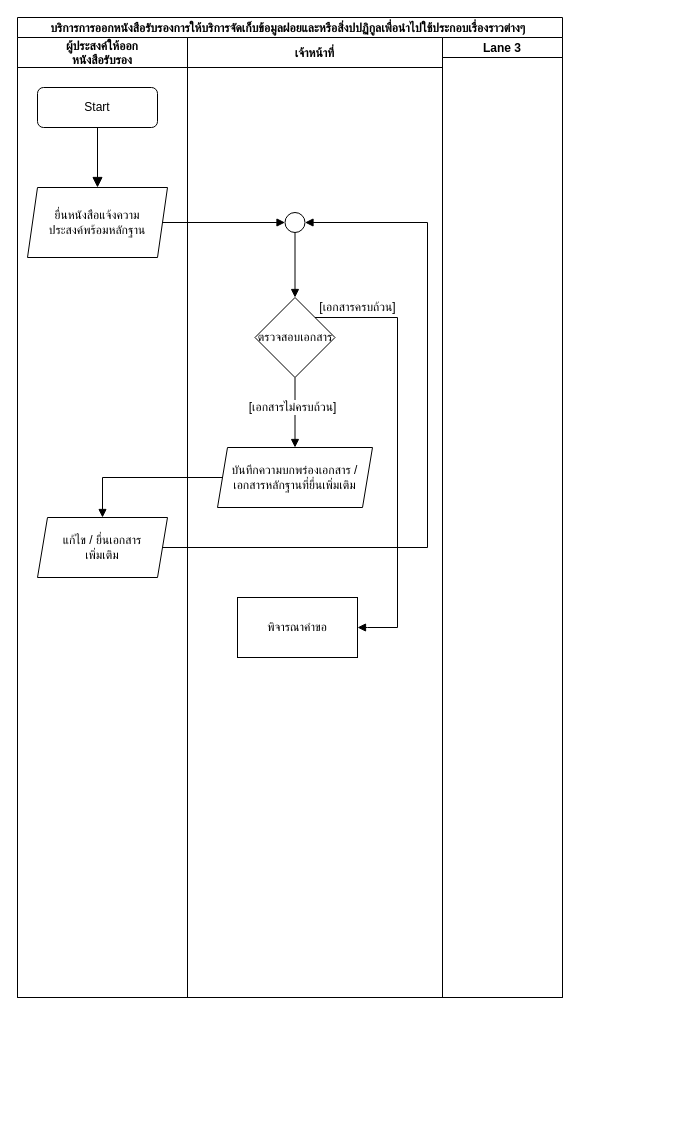
Before: page "Service 1" (1 of 2) of Untitled Diagram.drawio in Nutchayaporn/FlowDiagram-13service, a draw.io diagram. Source tidied: cells renumbered, new cells numbered last; positions are measured from the earlier drawing's top-left corner, leaving out a move shared by most shapes. Both pictures are drawn from the tidied source at 100%, with x=0, y=0 at pixel (17, 17).
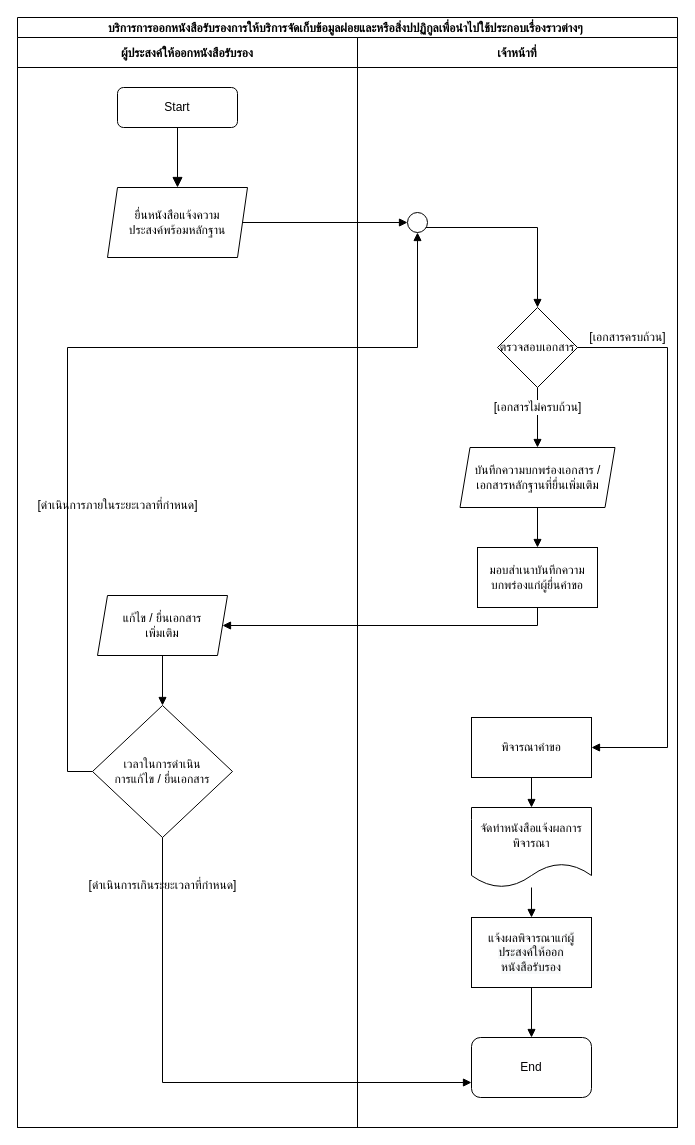
Above is the later version.

What changed in the source:
```diff
@@
-    <mxCell id="2" value="บริการการออกหนังสือรับรองการให้บริการจัดเก็บข้อมูลฝอยและหรือสิ่งปปฏิกูลเพื่อนำไปใช้ประกอบเรื่องราวต่างๆ " style="swimlane;startSize=20;flipV=0;flipH=0;direction=east;" parent="1" vertex="1">
-      <mxGeometry width="545" height="980" as="geometry" />
+    <mxCell id="2" value="บริการการออกหนังสือรับรองการให้บริการจัดเก็บข้อมูลฝอยและหรือสิ่งปปฏิกูลเพื่อนำไปใช้ประกอบเรื่องราวต่างๆ " style="swimlane;startSize=20;flipV=0;flipH=0;direction=east;labelBackgroundColor=#FFFFFF;" parent="1" vertex="1">
+      <mxGeometry width="660" height="1110" as="geometry" />
     </mxCell>
+    <mxCell id="19" style="edgeStyle=orthogonalEdgeStyle;rounded=0;jettySize=auto;html=1;fontFamily=Helvetica;fontSize=12;fontColor=default;endArrow=block;endFill=1;startSize=20;entryX=0;entryY=0.5;entryDx=0;entryDy=0;" parent="2" edge="1" source="6" target="14">
+      <mxGeometry relative="1" as="geometry" />
+    </mxCell>
+    <mxCell id="22" style="edgeStyle=orthogonalEdgeStyle;rounded=0;jettySize=auto;html=1;entryX=1;entryY=0.5;entryDx=0;entryDy=0;labelBackgroundColor=#0000CC;labelBorderColor=none;fontFamily=Helvetica;fontSize=12;fontColor=#050405;endArrow=block;endFill=1;startSize=20;" parent="2" edge="1" source="34" target="7">
+      <mxGeometry relative="1" as="geometry">
+        <Array as="points">
+          <mxPoint x="520" y="608" />
+        </Array>
+      </mxGeometry>
+    </mxCell>
-    <mxCell id="3" value="ผู้ประสงค์ให้ออก&#10;หนังสือรับรอง" style="swimlane;startSize=30;" parent="2" vertex="1">
-      <mxGeometry y="20" width="170" height="960" as="geometry" />
+    <mxCell id="3" value="ผู้ประสงค์ให้ออกหนังสือรับรอง" style="swimlane;startSize=30;" parent="2" vertex="1">
+      <mxGeometry y="20" width="340" height="1090" as="geometry" />
     </mxCell>
     <mxCell id="4" value="Start" style="rounded=1;whiteSpace=wrap;html=1;fontSize=12;glass=0;strokeWidth=1;shadow=0;" parent="3" vertex="1">
-      <mxGeometry x="20" y="50" width="120" height="40" as="geometry" />
+      <mxGeometry x="100" y="50" width="120" height="40" as="geometry" />
     </mxCell>
@@
     <mxCell id="6" value="&lt;span style=&quot;&quot;&gt;ยื่นหนังสือแจ้งความ&lt;br&gt;ประสงค์พร้อมหลักฐาน&lt;/span&gt;" style="shape=parallelogram;perimeter=parallelogramPerimeter;whiteSpace=wrap;html=1;fixedSize=1;fontFamily=Helvetica;fontSize=12;fontColor=default;startSize=20;strokeColor=default;fillColor=default;size=10;" parent="3" vertex="1">
-      <mxGeometry x="10" y="150" width="140" height="70" as="geometry" />
+      <mxGeometry x="90" y="150" width="140" height="70" as="geometry" />
     </mxCell>
+    <mxCell id="23" style="edgeStyle=orthogonalEdgeStyle;rounded=0;jettySize=auto;html=1;labelBackgroundColor=#0000CC;labelBorderColor=none;fontFamily=Helvetica;fontSize=12;fontColor=#050405;endArrow=block;endFill=1;startSize=20;" parent="3" edge="1" source="7" target="24">
+      <mxGeometry relative="1" as="geometry" />
+    </mxCell>
     <mxCell id="7" value="แก้ไข / ยื่นเอกสาร&lt;br&gt;เพิ่มเติม" style="shape=parallelogram;perimeter=parallelogramPerimeter;whiteSpace=wrap;html=1;fixedSize=1;labelBackgroundColor=none;fontFamily=Helvetica;fontSize=12;fontColor=default;startSize=20;strokeColor=default;fillColor=default;size=10;" parent="3" vertex="1">
-      <mxGeometry x="20" y="480" width="130" height="60" as="geometry" />
+      <mxGeometry x="80" y="558" width="130" height="60" as="geometry" />
     </mxCell>
+    <mxCell id="24" value="เวลาในการดำเนิน&lt;br&gt;การแก้ไข / ยื่นเอกสาร" style="rhombus;whiteSpace=wrap;html=1;labelBackgroundColor=#FFFFFF;labelBorderColor=none;fontFamily=Helvetica;fontSize=12;fontColor=#050405;startSize=20;strokeColor=default;fillColor=default;" parent="3" vertex="1">
+      <mxGeometry x="75" y="668" width="140" height="132" as="geometry" />
+    </mxCell>
+    <mxCell id="25" value="[ดำเนินการเกินระยะเวลาที่กำหนด]" style="text;html=1;align=center;verticalAlign=middle;fontSize=12;fontFamily=Helvetica;labelBackgroundColor=#FFFFFF;" parent="3" vertex="1">
+      <mxGeometry x="55" y="838" width="180" height="20" as="geometry" />
+    </mxCell>
+    <mxCell id="26" value="[ดำเนินการภายในระยะเวลาที่กำหนด]" style="text;html=1;align=center;verticalAlign=middle;fontSize=12;fontFamily=Helvetica;labelBackgroundColor=#FFFFFF;" parent="3" vertex="1">
+      <mxGeometry y="458" width="200" height="20" as="geometry" />
+    </mxCell>
     <mxCell id="8" value="เจ้าหน้าที่" style="swimlane;startSize=30;" parent="2" vertex="1">
-      <mxGeometry x="170" y="20" width="255" height="960" as="geometry" />
+      <mxGeometry x="340" y="20" width="320" height="1090" as="geometry" />
     </mxCell>
@@
     <mxCell id="10" value="ตรวจสอบเอกสาร" style="rhombus;whiteSpace=wrap;html=1;fontFamily=Helvetica;fontSize=12;fontColor=default;startSize=20;strokeColor=default;fillColor=default;" parent="8" vertex="1">
-      <mxGeometry x="67.5" y="260" width="80" height="80" as="geometry" />
+      <mxGeometry x="140" y="270" width="80" height="80" as="geometry" />
     </mxCell>
     <mxCell id="11" value="[เอกสารไม่ครบถ้วน]" style="text;html=1;align=center;verticalAlign=middle;fontSize=12;fontFamily=Helvetica;labelBackgroundColor=default;" parent="8" vertex="1">
-      <mxGeometry x="50" y="360" width="110" height="20" as="geometry" />
+      <mxGeometry x="125" y="360" width="110" height="20" as="geometry" />
     </mxCell>
+    <mxCell id="27" style="edgeStyle=orthogonalEdgeStyle;rounded=0;jettySize=auto;html=1;labelBackgroundColor=#0000CC;labelBorderColor=none;fontFamily=Helvetica;fontSize=12;fontColor=#050405;endArrow=block;endFill=1;startSize=20;" parent="8" edge="1" source="12" target="34">
+      <mxGeometry relative="1" as="geometry" />
+    </mxCell>
     <mxCell id="12" value="&lt;span style=&quot;&quot;&gt;บันทึกความบกพร่องเอกสาร / เอกสารหลักฐานที่ยื่นเพิ่มเติม&lt;/span&gt;" style="shape=parallelogram;perimeter=parallelogramPerimeter;whiteSpace=wrap;html=1;fixedSize=1;labelBackgroundColor=none;fontFamily=Helvetica;fontSize=12;fontColor=default;startSize=20;strokeColor=default;fillColor=default;size=10;" parent="8" vertex="1">
-      <mxGeometry x="30" y="410" width="155" height="60" as="geometry" />
+      <mxGeometry x="102.5" y="410" width="155" height="60" as="geometry" />
     </mxCell>
     <mxCell id="13" style="edgeStyle=orthogonalEdgeStyle;rounded=0;jettySize=auto;html=1;exitX=0.5;exitY=1;exitDx=0;exitDy=0;entryX=0.5;entryY=0;entryDx=0;entryDy=0;fontFamily=Helvetica;fontSize=12;fontColor=default;endArrow=block;endFill=1;startSize=20;" parent="8" edge="1" source="14" target="10">
-      <mxGeometry relative="1" as="geometry" />
+      <mxGeometry relative="1" as="geometry">
+        <Array as="points">
+          <mxPoint x="60" y="190" />
+          <mxPoint x="180" y="190" />
+        </Array>
+      </mxGeometry>
     </mxCell>
     <mxCell id="14" style="ellipse;whiteSpace=wrap;html=1;labelBackgroundColor=none;fontFamily=Helvetica;fontSize=12;fontColor=default;startSize=20;strokeColor=default;fillColor=default;" parent="8" vertex="1">
-      <mxGeometry x="97.5" y="175" width="20" height="20" as="geometry" />
+      <mxGeometry x="50" y="175" width="20" height="20" as="geometry" />
     </mxCell>
+    <mxCell id="28" style="edgeStyle=orthogonalEdgeStyle;rounded=0;jettySize=auto;html=1;entryX=0.5;entryY=0;entryDx=0;entryDy=0;labelBackgroundColor=#0000CC;labelBorderColor=none;fontFamily=Helvetica;fontSize=12;fontColor=#050405;endArrow=block;endFill=1;startSize=20;" parent="8" edge="1" source="15" target="30">
+      <mxGeometry relative="1" as="geometry" />
+    </mxCell>
     <mxCell id="15" value="พิจารณาคำขอ" style="rounded=0;whiteSpace=wrap;html=1;labelBackgroundColor=none;fontFamily=Helvetica;fontSize=12;fontColor=default;startSize=20;strokeColor=default;fillColor=default;" parent="8" vertex="1">
-      <mxGeometry x="50" y="560" width="120" height="60" as="geometry" />
+      <mxGeometry x="114" y="680" width="120" height="60" as="geometry" />
     </mxCell>
     <mxCell id="16" value="[เอกสารครบถ้วน]" style="text;html=1;align=center;verticalAlign=middle;fontSize=12;fontFamily=Helvetica;labelBackgroundColor=default;" parent="8" vertex="1">
-      <mxGeometry x="120" y="260" width="100" height="20" as="geometry" />
+      <mxGeometry x="220" y="290" width="100" height="20" as="geometry" />
     </mxCell>
     <mxCell id="17" style="edgeStyle=orthogonalEdgeStyle;rounded=0;jettySize=auto;html=1;fontFamily=Helvetica;fontSize=12;fontColor=default;endArrow=block;endFill=1;startSize=20;labelBorderColor=none;verticalAlign=middle;labelBackgroundColor=#0000CC;entryX=1;entryY=0.5;entryDx=0;entryDy=0;" parent="8" edge="1" source="10" target="15">
       <mxGeometry relative="1" as="geometry">
         <Array as="points">
-          <mxPoint x="210" y="280" />
-          <mxPoint x="210" y="590" />
-          <mxPoint x="180" y="590" />
+          <mxPoint x="310" y="310" />
+          <mxPoint x="310" y="710" />
         </Array>
       </mxGeometry>
     </mxCell>
-    <mxCell id="18" value="Lane 3" style="swimlane;startSize=20;" parent="2" vertex="1">
-      <mxGeometry x="425" y="20" width="120" height="960" as="geometry" />
-    </mxCell>
-    <mxCell id="19" style="edgeStyle=orthogonalEdgeStyle;rounded=0;jettySize=auto;html=1;fontFamily=Helvetica;fontSize=12;fontColor=default;endArrow=block;endFill=1;startSize=20;entryX=0;entryY=0.5;entryDx=0;entryDy=0;" parent="2" edge="1" source="6" target="14">
-      <mxGeometry relative="1" as="geometry" />
-    </mxCell>
-    <mxCell id="20" style="edgeStyle=orthogonalEdgeStyle;rounded=0;jettySize=auto;html=1;fontFamily=Helvetica;fontSize=12;fontColor=default;endArrow=block;endFill=1;startSize=20;" parent="2" edge="1" source="12" target="7">
-      <mxGeometry relative="1" as="geometry" />
-    </mxCell>
-    <mxCell id="21" style="edgeStyle=orthogonalEdgeStyle;rounded=0;jettySize=auto;html=1;entryX=1;entryY=0.5;entryDx=0;entryDy=0;fontFamily=Helvetica;fontSize=12;fontColor=default;endArrow=block;endFill=1;startSize=20;" parent="2" edge="1" source="7" target="14">
-      <mxGeometry relative="1" as="geometry">
-        <Array as="points">
-          <mxPoint x="410" y="530" />
-          <mxPoint x="410" y="205" />
-        </Array>
-      </mxGeometry>
-    </mxCell>
+    <mxCell id="29" style="edgeStyle=orthogonalEdgeStyle;rounded=0;jettySize=auto;html=1;labelBackgroundColor=#0000CC;labelBorderColor=none;fontFamily=Helvetica;fontSize=12;fontColor=#050405;endArrow=block;endFill=1;startSize=20;" parent="8" edge="1" source="30" target="32">
+      <mxGeometry relative="1" as="geometry" />
+    </mxCell>
+    <mxCell id="30" value="จัดทำหนังสือแจ้งผลการพิจารณา" style="shape=document;whiteSpace=wrap;html=1;boundedLbl=1;labelBackgroundColor=#FFFFFF;labelBorderColor=none;fontFamily=Helvetica;fontSize=12;fontColor=#050405;startSize=20;strokeColor=default;fillColor=default;" parent="8" vertex="1">
+      <mxGeometry x="114" y="770" width="120" height="80" as="geometry" />
+    </mxCell>
+    <mxCell id="31" style="edgeStyle=orthogonalEdgeStyle;rounded=0;jettySize=auto;html=1;labelBackgroundColor=#0000CC;labelBorderColor=none;fontFamily=Helvetica;fontSize=12;fontColor=#050405;endArrow=block;endFill=1;startSize=20;" parent="8" edge="1" source="32" target="33">
+      <mxGeometry relative="1" as="geometry" />
+    </mxCell>
+    <mxCell id="32" value="แจ้งผลพิจารณาแก่&lt;span style=&quot;color: rgb(0, 0, 0); background-color: rgb(248, 249, 250);&quot;&gt;ผู้ประสงค์ให้ออก&lt;/span&gt;&lt;br style=&quot;padding: 0px; margin: 0px; color: rgb(0, 0, 0); background-color: rgb(248, 249, 250);&quot;&gt;&lt;span style=&quot;color: rgb(0, 0, 0); background-color: rgb(248, 249, 250);&quot;&gt;หนังสือรับรอง&lt;/span&gt;" style="rounded=0;whiteSpace=wrap;html=1;labelBackgroundColor=#FFFFFF;labelBorderColor=none;fontFamily=Helvetica;fontSize=12;fontColor=#050405;startSize=20;strokeColor=default;fillColor=default;" parent="8" vertex="1">
+      <mxGeometry x="114" y="880" width="120" height="70" as="geometry" />
+    </mxCell>
+    <mxCell id="33" value="End" style="rounded=1;whiteSpace=wrap;html=1;labelBackgroundColor=#FFFFFF;labelBorderColor=none;fontFamily=Helvetica;fontSize=12;fontColor=#050405;startSize=20;strokeColor=default;fillColor=default;" parent="8" vertex="1">
+      <mxGeometry x="114" y="1000" width="120" height="60" as="geometry" />
+    </mxCell>
+    <mxCell id="34" value="มอบสำเนาบันทึกความบกพร่องแก่ผู้ยื่นคำขอ" style="rounded=0;whiteSpace=wrap;html=1;labelBackgroundColor=#FFFFFF;labelBorderColor=none;fontFamily=Helvetica;fontSize=12;fontColor=#050405;startSize=20;strokeColor=default;fillColor=default;" parent="8" vertex="1">
+      <mxGeometry x="120" y="510" width="120" height="60" as="geometry" />
+    </mxCell>
+    <mxCell id="35" style="edgeStyle=orthogonalEdgeStyle;rounded=0;jettySize=auto;html=1;entryX=0;entryY=0.75;entryDx=0;entryDy=0;labelBackgroundColor=#0000CC;labelBorderColor=none;fontFamily=Helvetica;fontSize=12;fontColor=#050405;endArrow=block;endFill=1;startSize=20;" parent="2" edge="1" source="24" target="33">
+      <mxGeometry relative="1" as="geometry">
+        <Array as="points">
+          <mxPoint x="145" y="1065" />
+        </Array>
+      </mxGeometry>
+    </mxCell>
+    <mxCell id="36" style="edgeStyle=orthogonalEdgeStyle;rounded=0;jettySize=auto;html=1;entryX=0.5;entryY=1;entryDx=0;entryDy=0;labelBackgroundColor=#0000CC;labelBorderColor=none;fontFamily=Helvetica;fontSize=12;fontColor=#050405;endArrow=block;endFill=1;startSize=20;" parent="2" edge="1" source="24" target="14">
+      <mxGeometry relative="1" as="geometry">
+        <Array as="points">
+          <mxPoint x="50" y="754" />
+          <mxPoint x="50" y="330" />
+          <mxPoint x="400" y="330" />
+        </Array>
+      </mxGeometry>
+    </mxCell>
```
